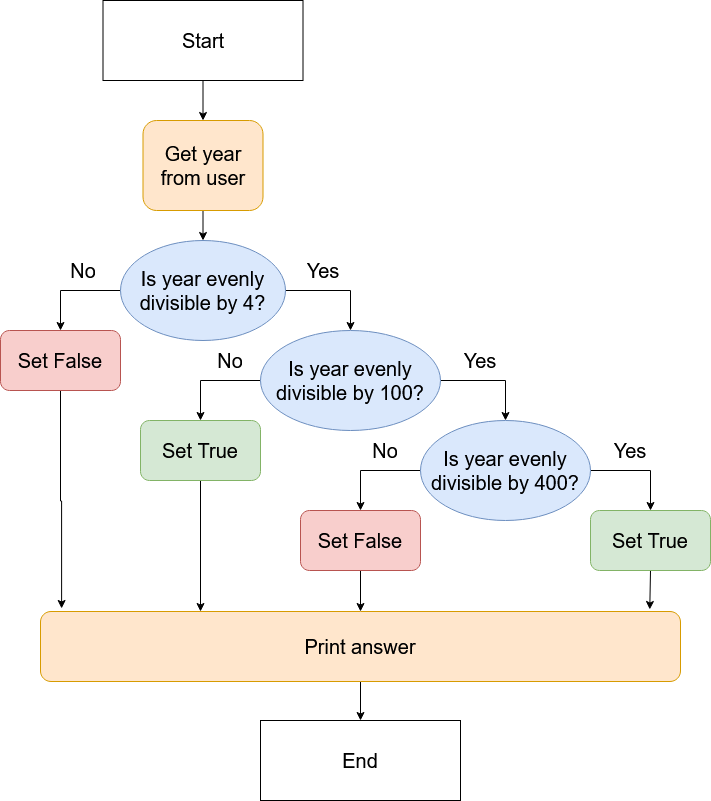
lemossc/cs361-leap-year keeps this draw.io diagram as leap-year-flowchart.png. Above is the earlier version. Source tidied: cells renumbered, new cells last; positions are measured from the earlier drawing's top-left corner, leaving out a move shared by most shapes.
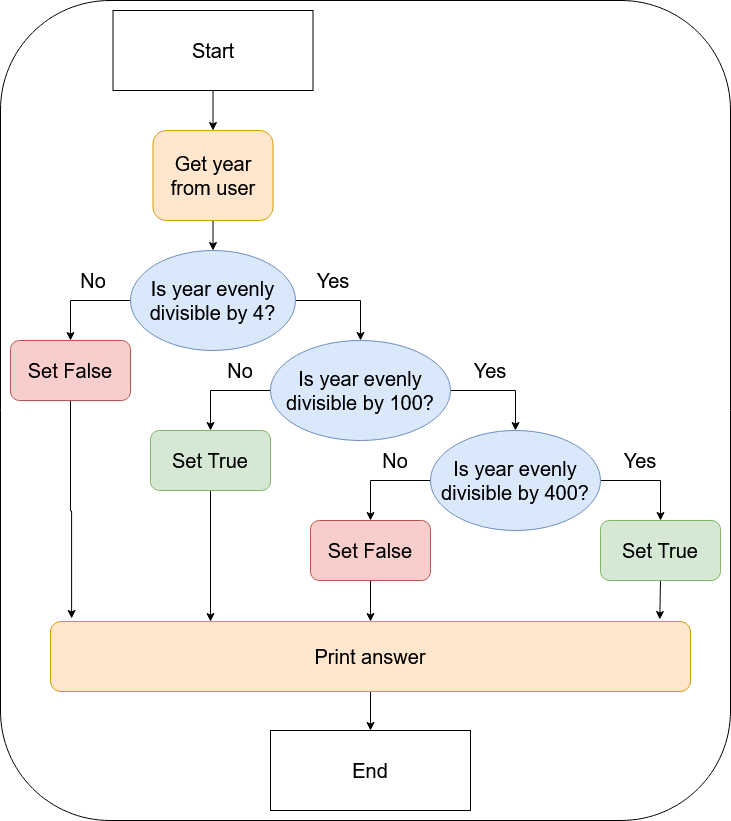
After the commit.

Commit message:
Added flow chart for error handling version

Change to the diagram source:
```diff
@@ -2,6 +2,9 @@
   <root>
     <mxCell id="0" />
     <mxCell id="1" parent="0" />
+    <mxCell id="32" style="rounded=1;whiteSpace=wrap;html=1;" parent="1" vertex="1">
+      <mxGeometry x="-10" y="-10" width="730" height="820" as="geometry" />
+    </mxCell>
     <mxCell id="2" style="edgeStyle=orthogonalEdgeStyle;rounded=0;jettySize=auto;html=1;exitX=0.5;exitY=1;exitDx=0;exitDy=0;entryX=0.5;entryY=0;entryDx=0;entryDy=0;fontSize=20;" parent="1" edge="1" source="3" target="22">
       <mxGeometry relative="1" as="geometry" />
     </mxCell>
```
